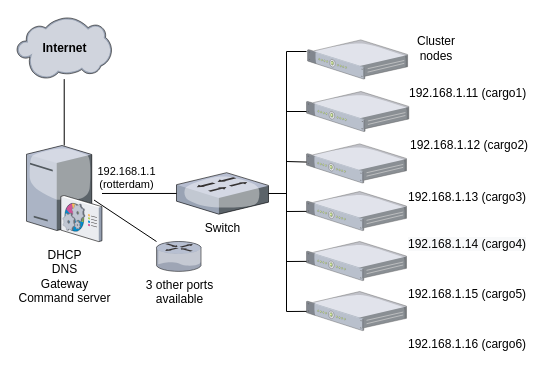
stephanemouton/minicluster keeps this draw.io diagram as images/minicluster.drawio. Above is the earlier version. Source tidied: cells renumbered, new cells numbered last; positions are measured from the earlier drawing's top-left corner, leaving out a move shared by most shapes. Both pictures are drawn from the tidied source at 100%, with x=0, y=0 at pixel (16, 17).
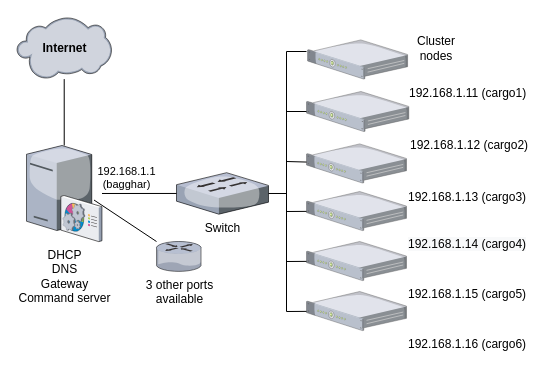
After the change.

Unchanged cells that the change refers to:
```xml
<mxCell id="12" style="endArrow=none;html=1;" parent="1" edge="1" source="4" target="3">
  <mxGeometry relative="1" as="geometry" />
</mxCell>
```

Diff of the diagram source:
```diff
@@
-    <mxCell id="13" value="192.168.1.1&lt;br&gt;(rotterdam)" style="edgeLabel;html=1;align=center;verticalAlign=bottom;labelPosition=center;verticalLabelPosition=top;" parent="12" vertex="1">
+    <mxCell id="13" value="192.168.1.1&lt;br&gt;(bagghar)" style="edgeLabel;html=1;align=center;verticalAlign=bottom;labelPosition=center;verticalLabelPosition=top;" parent="12" vertex="1">
       <mxGeometry x="0.34" y="-1" relative="1" as="geometry" />
     </mxCell>
```
